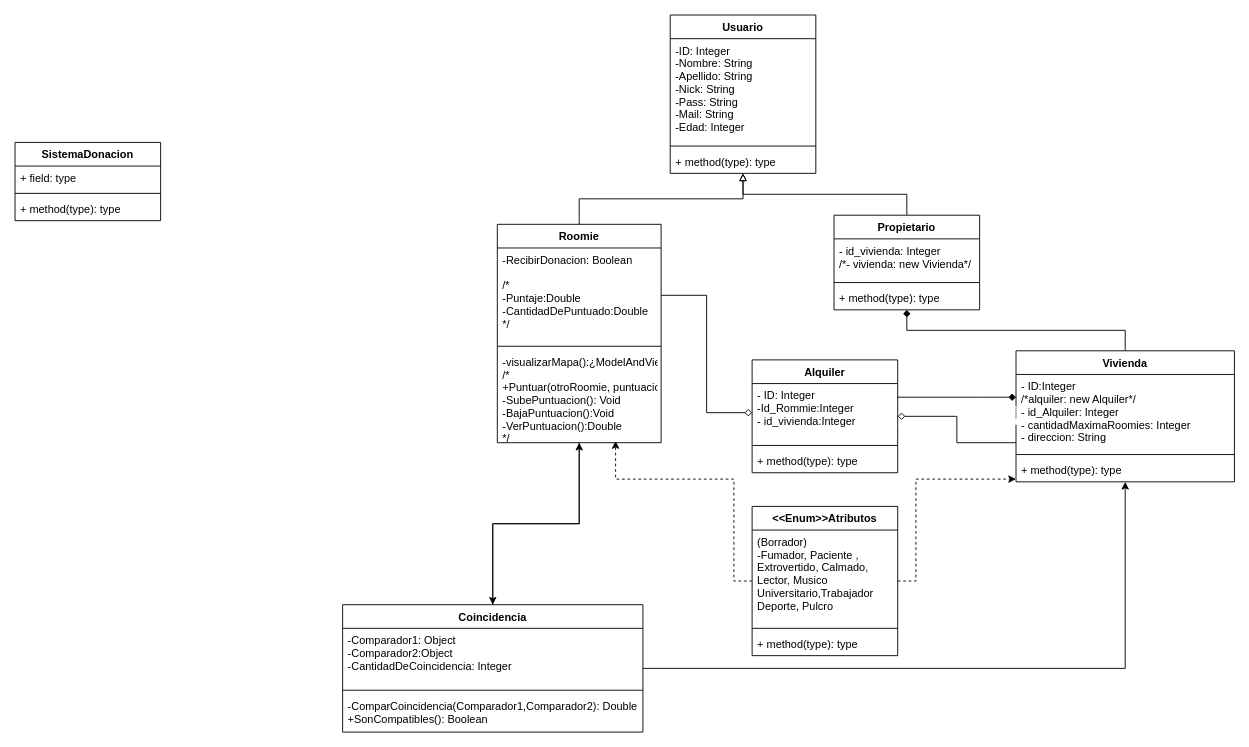
This is Sistema_de_Roomie.drawio from Lenh22/Proyecto-final-taller-web1-1C-2022, a draw.io file, before an edit. Source tidied: cells renumbered, new cells numbered last; positions are measured from the earlier drawing's top-left corner, leaving out a move shared by most shapes. Both pictures are drawn from the tidied source at 91%, with x=0, y=0 at pixel (15, 15).
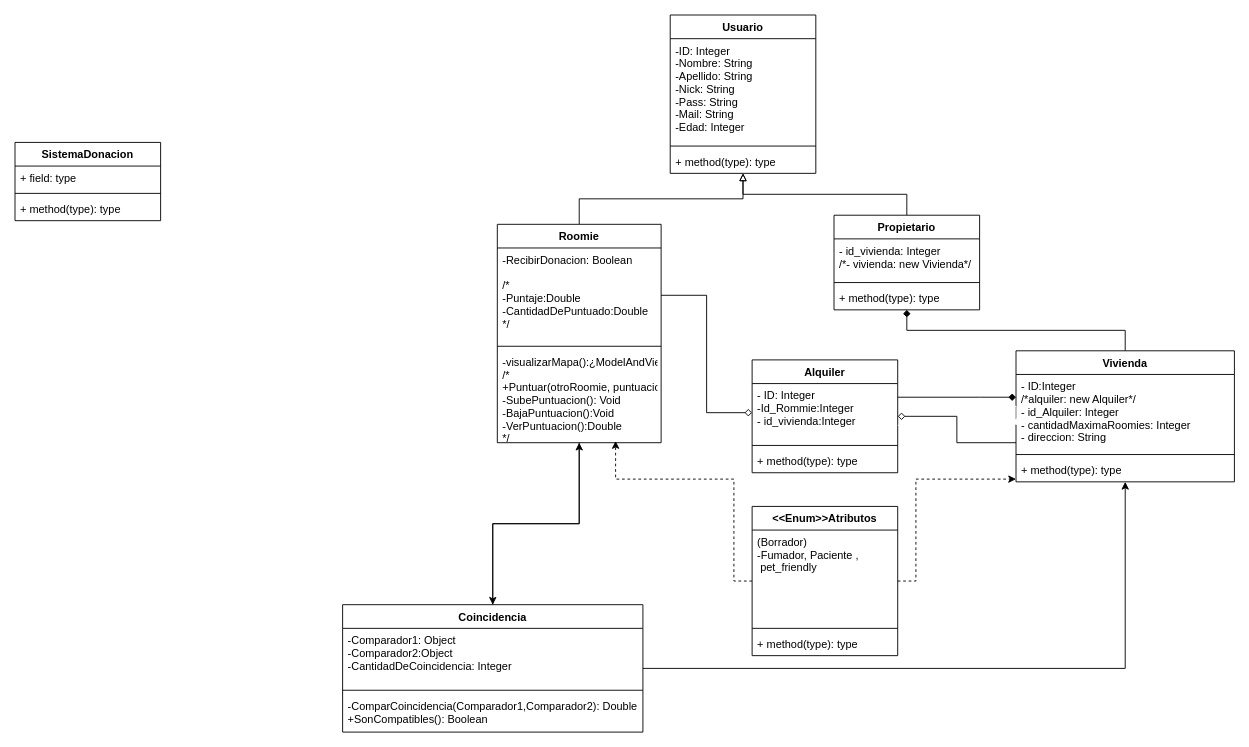
The same page after the edit.

The change refers to these unchanged cells:
```xml
<mxCell id="31" value="&lt;&lt;Enum&gt;&gt;Atributos" style="swimlane;fontStyle=1;align=center;verticalAlign=top;horizontal=1;startSize=26;" parent="1" vertex="1">
  <mxGeometry x="810" y="540" width="160" height="164" as="geometry" />
</mxCell>
```

Change to the diagram source:
```diff
@@
-    <mxCell id="32" value="(Borrador)&#10;-Fumador, Paciente ,&#10;Extrovertido, Calmado, &#10;Lector, Musico&#10;Universitario,Trabajador&#10;Deporte, Pulcro" style="text;strokeColor=none;fillColor=none;align=left;verticalAlign=top;spacingLeft=4;spacingRight=4;overflow=hidden;" parent="31" vertex="1">
+    <mxCell id="32" value="(Borrador)&#10;-Fumador, Paciente ,&#10; pet_friendly" style="text;strokeColor=none;fillColor=none;align=left;verticalAlign=top;spacingLeft=4;spacingRight=4;overflow=hidden;" parent="31" vertex="1">
       <mxGeometry y="26" width="160" height="104" as="geometry" />
     </mxCell>
```
